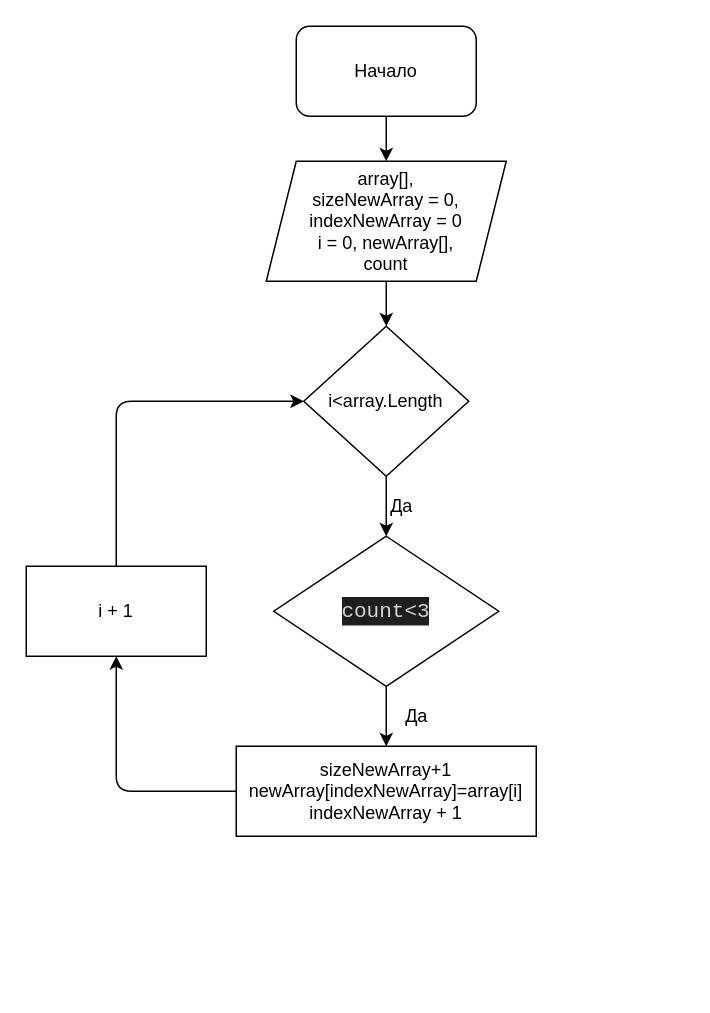
This is Блок-схема.drawio from Sergey2604/Developer_ControlWork, a draw.io file, before an edit. Source tidied: cells renumbered, new cells numbered last; positions are measured from the earlier drawing's top-left corner, leaving out a move shared by most shapes. Both pictures are drawn from the tidied source at 150%, with x=0, y=0 at pixel (26, 26).
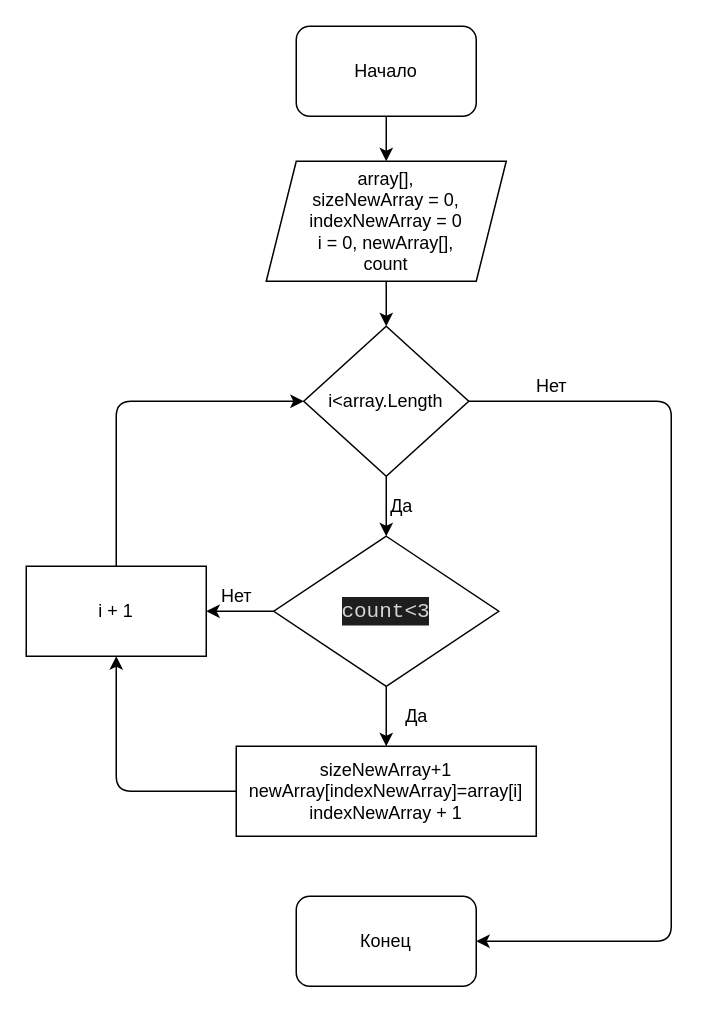
The same diagram, later.

Commit message:
Блок-схема

Unchanged cells that the change refers to:
```xml
<mxCell id="7" value="i&amp;lt;array.Length" style="rhombus;whiteSpace=wrap;html=1;" parent="1" vertex="1">
  <mxGeometry x="185" y="200" width="110" height="100" as="geometry" />
</mxCell>
<mxCell id="9" value="&lt;div style=&quot;color: rgb(212 , 212 , 212) ; background-color: rgb(30 , 30 , 30) ; font-family: &amp;#34;consolas&amp;#34; , &amp;#34;courier new&amp;#34; , monospace ; font-size: 14px ; line-height: 19px&quot;&gt;count&amp;lt;3&lt;/div&gt;" style="rhombus;whiteSpace=wrap;html=1;" parent="1" vertex="1">
  <mxGeometry x="165" y="340" width="150" height="100" as="geometry" />
</mxCell>
<mxCell id="15" value="i + 1" style="rounded=0;whiteSpace=wrap;html=1;" parent="1" vertex="1">
  <mxGeometry y="360" width="120" height="60" as="geometry" />
</mxCell>
```

Change to the diagram source:
```diff
@@
+    <mxCell id="16" style="edgeStyle=none;html=1;entryX=1;entryY=0.5;entryDx=0;entryDy=0;" parent="1" edge="1" source="7" target="18">
+      <mxGeometry relative="1" as="geometry">
+        <Array as="points">
+          <mxPoint x="430" y="250" />
+          <mxPoint x="430" y="610" />
+        </Array>
+      </mxGeometry>
+    </mxCell>
@@
+    <mxCell id="17" style="edgeStyle=none;html=1;" parent="1" edge="1" source="9" target="15">
+      <mxGeometry relative="1" as="geometry" />
+    </mxCell>
@@
+    <mxCell id="18" value="Конец" style="rounded=1;whiteSpace=wrap;html=1;" parent="1" vertex="1">
+      <mxGeometry x="180" y="580" width="120" height="60" as="geometry" />
+    </mxCell>
+    <mxCell id="19" value="Нет" style="text;html=1;align=center;verticalAlign=middle;strokeColor=none;fillColor=none;" parent="1" vertex="1">
+      <mxGeometry x="330" y="230" width="40" height="20" as="geometry" />
+    </mxCell>
+    <mxCell id="20" value="Нет" style="text;html=1;align=center;verticalAlign=middle;strokeColor=none;fillColor=none;" parent="1" vertex="1">
+      <mxGeometry x="120" y="370" width="40" height="20" as="geometry" />
+    </mxCell>
```
